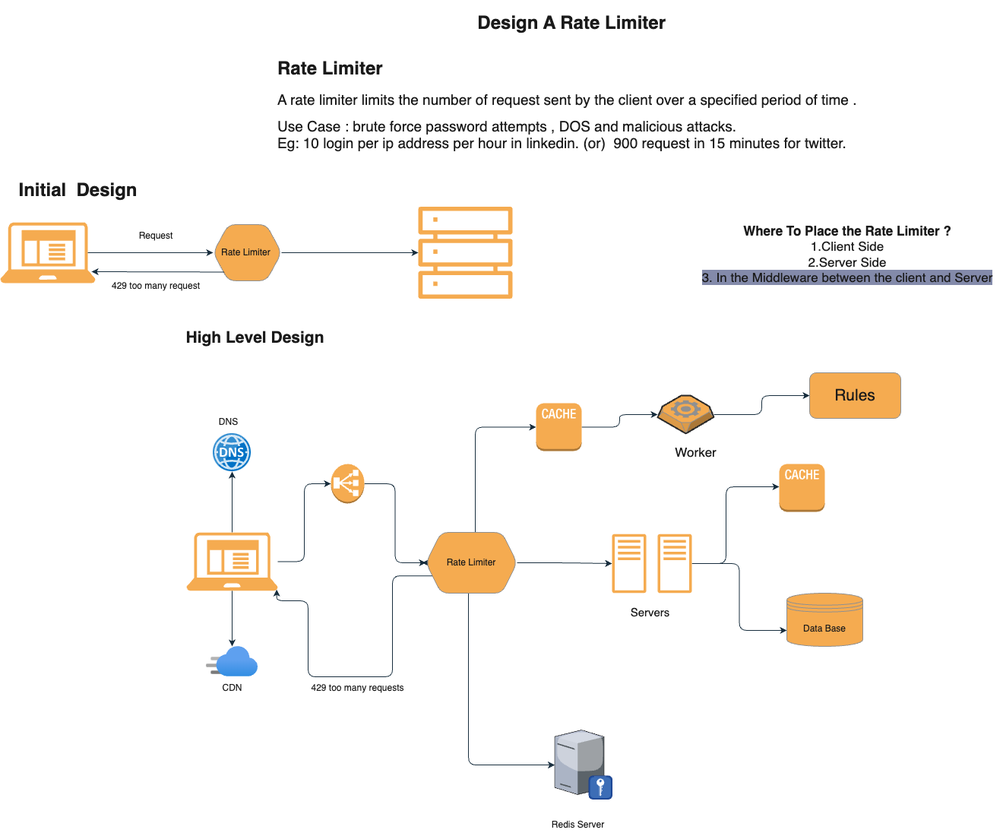
Above: Design_Rate_Limiter/Design Rate Limiter.drawio.png in divakar1669/HldWithDiva (draw.io), before the change. Source tidied: cells renumbered, new cells last; positions are measured from the earlier drawing's top-left corner, leaving out a move shared by most shapes.
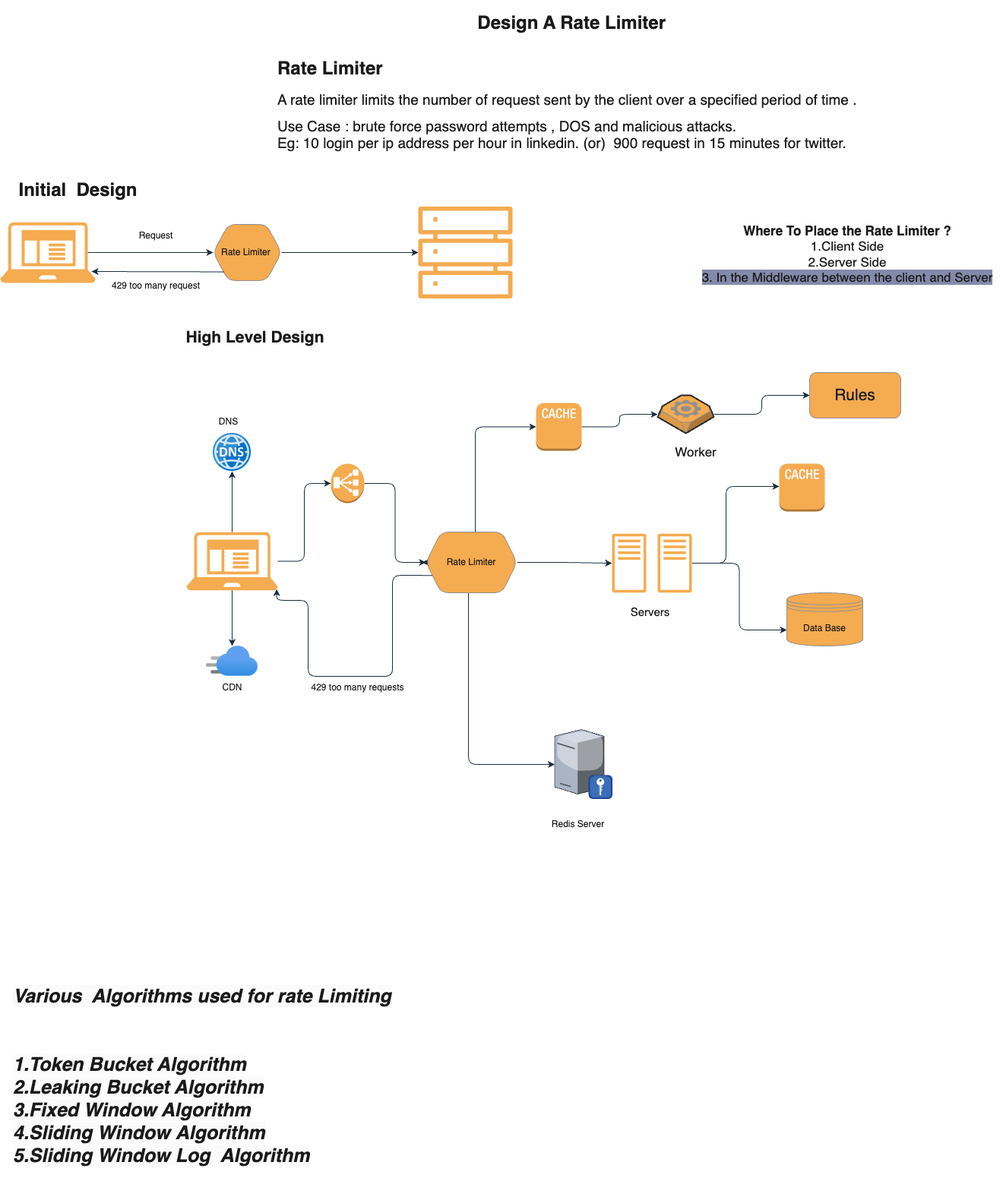
Later version of the same file.

Diff of the diagram source:
```diff
@@ -163,5 +163,8 @@
     <mxCell id="46" value="&lt;font size=&quot;1&quot; style=&quot;&quot;&gt;&lt;b style=&quot;font-size: 21px;&quot;&gt;High Level Design&lt;/b&gt;&lt;/font&gt;" style="text;html=1;align=center;verticalAlign=middle;strokeColor=none;fillColor=none;fontColor=#1A1A1A;" parent="1" vertex="1">
       <mxGeometry x="230" y="424" width="210" height="40" as="geometry" />
     </mxCell>
+    <mxCell id="47" value="&lt;b style=&quot;border-color: var(--border-color); color: rgb(26, 26, 26); font-family: Helvetica; font-variant-ligatures: normal; font-variant-caps: normal; letter-spacing: normal; orphans: 2; text-align: center; text-indent: 0px; text-transform: none; widows: 2; word-spacing: 0px; -webkit-text-stroke-width: 0px; background-color: rgb(251, 251, 251); text-decoration-thickness: initial; text-decoration-style: initial; text-decoration-color: initial; font-size: 25px;&quot;&gt;&lt;i&gt;Various&amp;nbsp; Algorithms used for rate Limiting&lt;br style=&quot;border-color: var(--border-color);&quot;&gt;&lt;br&gt;&lt;br&gt;1.Token Bucket Algorithm&lt;br style=&quot;border-color: var(--border-color);&quot;&gt;2.Leaking Bucket Algorithm&lt;br style=&quot;border-color: var(--border-color);&quot;&gt;3.Fixed Window Algorithm&lt;br style=&quot;border-color: var(--border-color);&quot;&gt;4.Sliding Window&amp;nbsp;Algorithm&lt;br style=&quot;border-color: var(--border-color);&quot;&gt;5.Sliding Window Log&amp;nbsp; Algorithm&lt;br&gt;&lt;br&gt;&lt;/i&gt;&lt;/b&gt;" style="text;whiteSpace=wrap;html=1;fontColor=#1A1A1A;" parent="1" vertex="1">
+      <mxGeometry x="15" y="1290" width="625" height="290" as="geometry" />
+    </mxCell>
   </root>
 </mxGraphModel>
```
